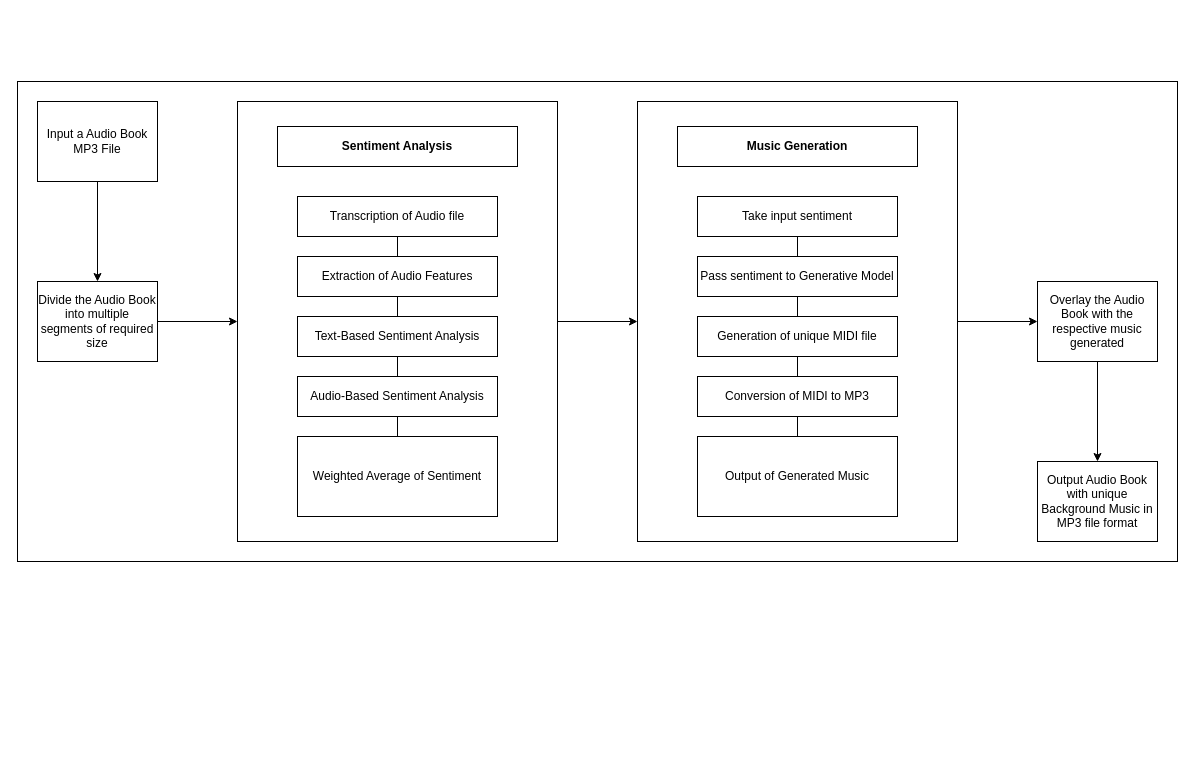
Before: Drive/Diagrams/Architectural Diagrams/Architectural1_BE PROJ.drawio in jendcruz22/DeepAudiobookTunerApp, a draw.io diagram. Source tidied: cells renumbered, new cells numbered last; positions are measured from the earlier drawing's top-left corner, leaving out a move shared by most shapes. Both pictures are drawn from the tidied source at 100%, with x=0, y=0 at pixel (17, 81).
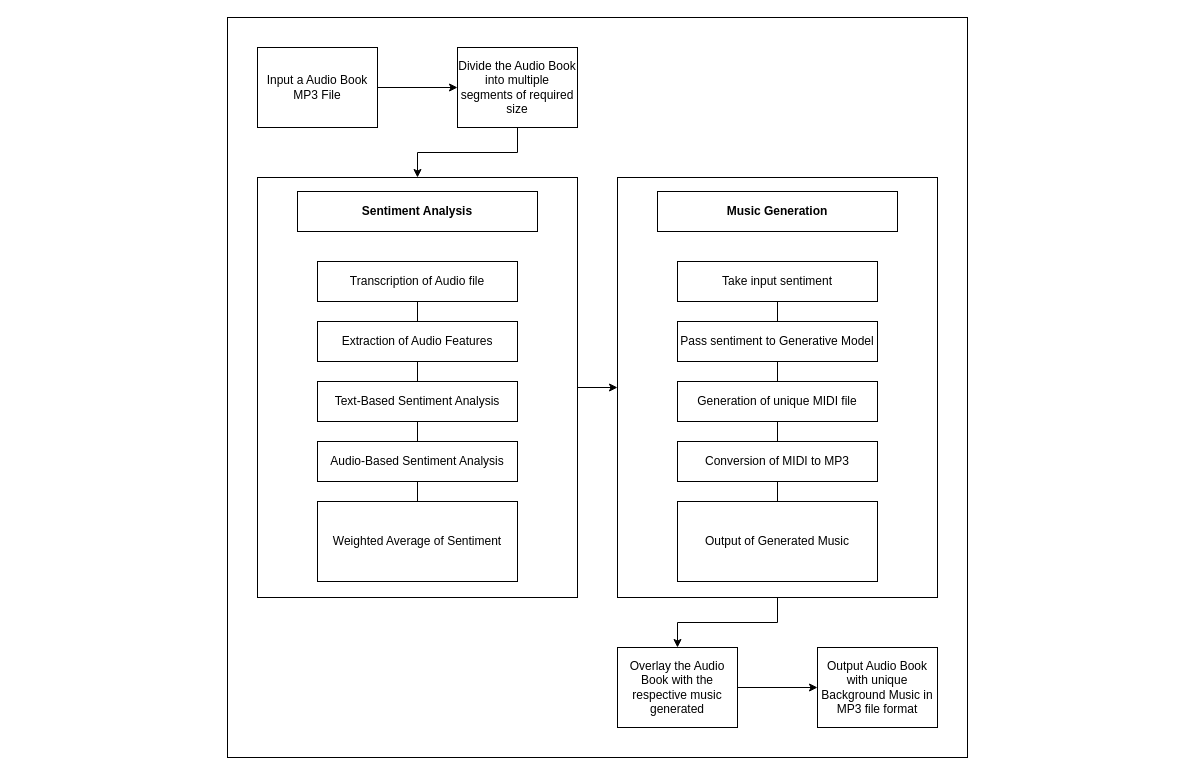
The same diagram, later.

Change to the diagram source:
```diff
@@
     <mxCell id="2" style="rounded=0;whiteSpace=wrap;html=1;shadow=0;" parent="1" vertex="1">
-      <mxGeometry width="1160" height="480" as="geometry" />
+      <mxGeometry x="210" y="-64" width="740" height="740" as="geometry" />
     </mxCell>
-    <mxCell id="3" style="edgeStyle=none;rounded=0;jettySize=auto;html=1;endArrow=classic;endFill=1;strokeColor=#000000;" parent="1" edge="1" source="4" target="23">
+    <mxCell id="3" style="edgeStyle=orthogonalEdgeStyle;rounded=0;jettySize=auto;html=1;endArrow=classic;endFill=1;strokeColor=#000000;" parent="1" edge="1" source="4" target="23">
       <mxGeometry relative="1" as="geometry" />
     </mxCell>
     <mxCell id="4" style="rounded=0;whiteSpace=wrap;html=1;shadow=0;" parent="1" vertex="1">
-      <mxGeometry x="220" y="20" width="320" height="440" as="geometry" />
+      <mxGeometry x="240" y="96" width="320" height="420" as="geometry" />
     </mxCell>
@@
     <mxCell id="6" value="Input a Audio Book MP3 File" style="rounded=0;whiteSpace=wrap;html=1;fontSize=12;glass=0;strokeWidth=1;shadow=0;perimeter=rectanglePerimeter;" parent="1" vertex="1">
-      <mxGeometry x="20" y="20" width="120" height="80" as="geometry" />
+      <mxGeometry x="240" y="-34" width="120" height="80" as="geometry" />
     </mxCell>
-    <mxCell id="7" style="edgeStyle=none;rounded=0;jettySize=auto;html=1;endArrow=classic;endFill=1;strokeColor=#000000;" parent="1" edge="1" source="8" target="4">
+    <mxCell id="7" style="edgeStyle=orthogonalEdgeStyle;rounded=0;jettySize=auto;html=1;endArrow=classic;endFill=1;strokeColor=#000000;" parent="1" edge="1" source="8" target="4">
       <mxGeometry relative="1" as="geometry" />
     </mxCell>
     <mxCell id="8" value="Divide the Audio Book into multiple segments of required size" style="whiteSpace=wrap;html=1;rounded=0;shadow=0;strokeWidth=1;glass=0;" parent="1" vertex="1">
-      <mxGeometry x="20" y="200" width="120" height="80" as="geometry" />
+      <mxGeometry x="440" y="-34" width="120" height="80" as="geometry" />
     </mxCell>
@@
     <mxCell id="10" value="Overlay the Audio Book with the respective music generated" style="whiteSpace=wrap;html=1;rounded=0;shadow=0;strokeWidth=1;glass=0;" parent="1" vertex="1">
-      <mxGeometry x="1020" y="200" width="120" height="80" as="geometry" />
+      <mxGeometry x="600" y="566" width="120" height="80" as="geometry" />
     </mxCell>
     <mxCell id="11" value="Output Audio Book with unique Background Music in MP3 file format" style="whiteSpace=wrap;html=1;rounded=0;shadow=0;strokeWidth=1;glass=0;" parent="1" vertex="1">
-      <mxGeometry x="1020" y="380" width="120" height="80" as="geometry" />
+      <mxGeometry x="800" y="566" width="120" height="80" as="geometry" />
     </mxCell>
     <mxCell id="12" value="&lt;b&gt;Sentiment Analysis&lt;/b&gt;" style="whiteSpace=wrap;html=1;rounded=0;shadow=0;strokeWidth=1;glass=0;" parent="1" vertex="1">
-      <mxGeometry x="260" y="45" width="240" height="40" as="geometry" />
+      <mxGeometry x="280" y="110" width="240" height="40" as="geometry" />
     </mxCell>
@@
     <mxCell id="14" value="Text-Based Sentiment Analysis" style="whiteSpace=wrap;html=1;rounded=0;shadow=0;strokeWidth=1;glass=0;" parent="1" vertex="1">
-      <mxGeometry x="280" y="235" width="200" height="40" as="geometry" />
+      <mxGeometry x="300" y="300" width="200" height="40" as="geometry" />
     </mxCell>
@@
     <mxCell id="16" value="Weighted Average of Sentiment" style="whiteSpace=wrap;html=1;rounded=0;shadow=0;strokeWidth=1;glass=0;" parent="1" vertex="1">
-      <mxGeometry x="280" y="355" width="200" height="80" as="geometry" />
+      <mxGeometry x="300" y="420" width="200" height="80" as="geometry" />
     </mxCell>
     <mxCell id="17" value="Transcription of Audio file" style="whiteSpace=wrap;html=1;rounded=0;shadow=0;strokeWidth=1;glass=0;" parent="1" vertex="1">
-      <mxGeometry x="280" y="115" width="200" height="40" as="geometry" />
+      <mxGeometry x="300" y="180" width="200" height="40" as="geometry" />
     </mxCell>
@@
     <mxCell id="19" value="Extraction of Audio Features" style="whiteSpace=wrap;html=1;rounded=0;shadow=0;strokeWidth=1;glass=0;" parent="1" vertex="1">
-      <mxGeometry x="280" y="175" width="200" height="40" as="geometry" />
+      <mxGeometry x="300" y="240" width="200" height="40" as="geometry" />
     </mxCell>
@@
     <mxCell id="21" value="Audio-Based Sentiment Analysis" style="whiteSpace=wrap;html=1;rounded=0;shadow=0;strokeWidth=1;glass=0;" parent="1" vertex="1">
-      <mxGeometry x="280" y="295" width="200" height="40" as="geometry" />
+      <mxGeometry x="300" y="360" width="200" height="40" as="geometry" />
     </mxCell>
-    <mxCell id="22" style="edgeStyle=none;rounded=0;jettySize=auto;html=1;endArrow=classic;endFill=1;strokeColor=#000000;" parent="1" edge="1" source="23" target="10">
+    <mxCell id="22" style="edgeStyle=orthogonalEdgeStyle;rounded=0;jettySize=auto;html=1;endArrow=classic;endFill=1;strokeColor=#000000;" parent="1" edge="1" source="23" target="10">
       <mxGeometry relative="1" as="geometry" />
     </mxCell>
     <mxCell id="23" style="rounded=0;whiteSpace=wrap;html=1;shadow=0;" parent="1" vertex="1">
-      <mxGeometry x="620" y="20" width="320" height="440" as="geometry" />
+      <mxGeometry x="600" y="96" width="320" height="420" as="geometry" />
     </mxCell>
     <mxCell id="24" value="&lt;b&gt;Music Generation&lt;/b&gt;" style="whiteSpace=wrap;html=1;rounded=0;shadow=0;strokeWidth=1;glass=0;" parent="1" vertex="1">
-      <mxGeometry x="660" y="45" width="240" height="40" as="geometry" />
+      <mxGeometry x="640" y="110" width="240" height="40" as="geometry" />
     </mxCell>
@@
     <mxCell id="26" value="Generation of unique MIDI file" style="whiteSpace=wrap;html=1;rounded=0;shadow=0;strokeWidth=1;glass=0;" parent="1" vertex="1">
-      <mxGeometry x="680" y="235" width="200" height="40" as="geometry" />
+      <mxGeometry x="660" y="300" width="200" height="40" as="geometry" />
     </mxCell>
@@
     <mxCell id="28" value="Output of Generated Music" style="whiteSpace=wrap;html=1;rounded=0;shadow=0;strokeWidth=1;glass=0;" parent="1" vertex="1">
-      <mxGeometry x="680" y="355" width="200" height="80" as="geometry" />
+      <mxGeometry x="660" y="420" width="200" height="80" as="geometry" />
     </mxCell>
     <mxCell id="29" value="Take input sentiment" style="whiteSpace=wrap;html=1;rounded=0;shadow=0;strokeWidth=1;glass=0;" parent="1" vertex="1">
-      <mxGeometry x="680" y="115" width="200" height="40" as="geometry" />
+      <mxGeometry x="660" y="180" width="200" height="40" as="geometry" />
     </mxCell>
@@
     <mxCell id="31" value="Pass sentiment to Generative Model" style="whiteSpace=wrap;html=1;rounded=0;shadow=0;strokeWidth=1;glass=0;" parent="1" vertex="1">
-      <mxGeometry x="680" y="175" width="200" height="40" as="geometry" />
+      <mxGeometry x="660" y="240" width="200" height="40" as="geometry" />
     </mxCell>
@@
     <mxCell id="33" value="&lt;span&gt;Conversion of MIDI to MP3&lt;/span&gt;" style="whiteSpace=wrap;html=1;rounded=0;shadow=0;strokeWidth=1;glass=0;" parent="1" vertex="1">
-      <mxGeometry x="680" y="295" width="200" height="40" as="geometry" />
+      <mxGeometry x="660" y="360" width="200" height="40" as="geometry" />
     </mxCell>
```
